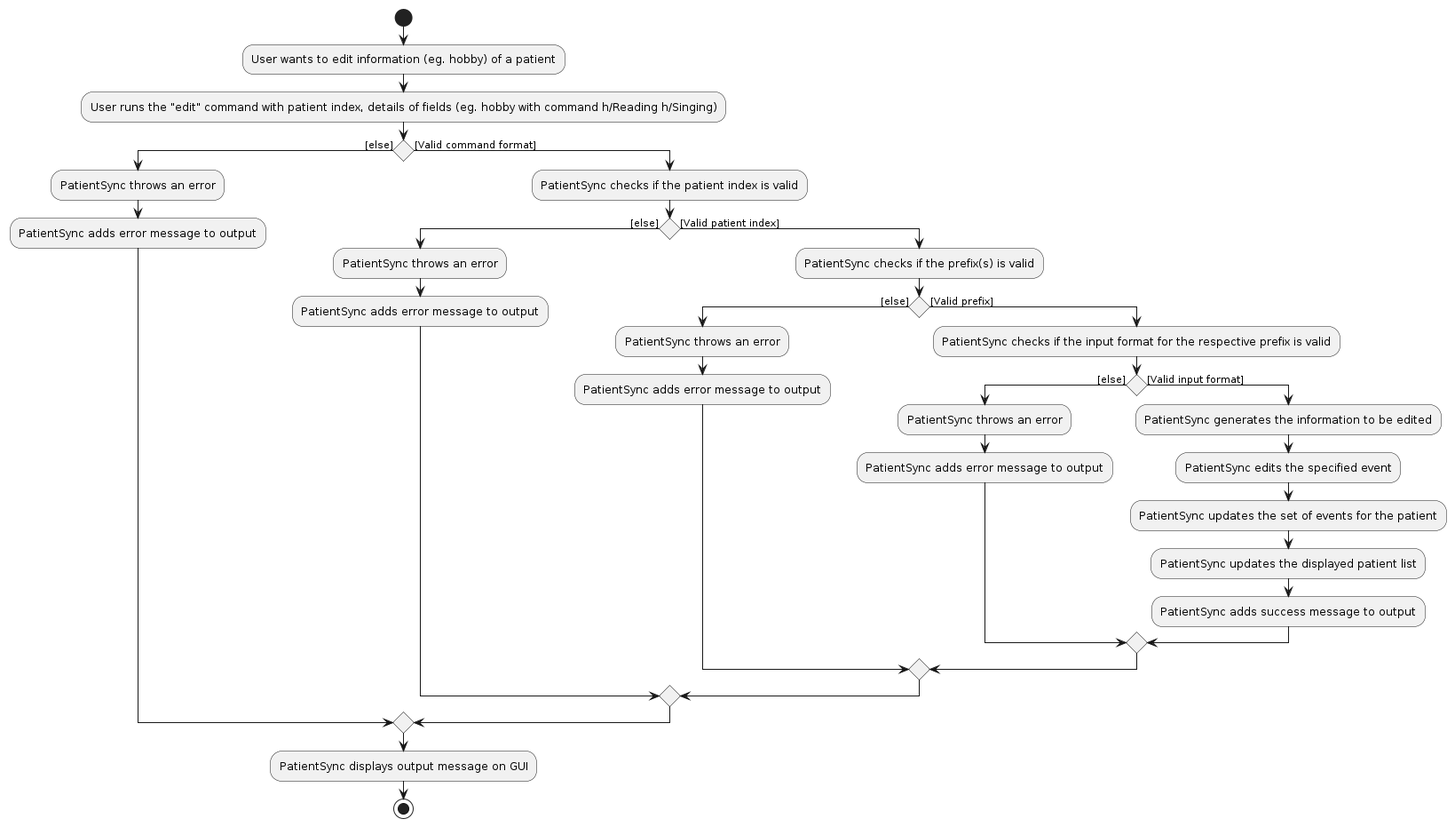
NeoHW/tp keeps this PlantUML diagram as diagrams/EditActivityDiagram.png. Above is the earlier version. Its source is kept beside it as diagrams/EditActivityDiagram.puml. The source it was exported from:
```plantuml
@startuml
start
:User wants to edit information (eg. hobby) of a patient;
:User runs the "edit" command with patient index, details of fields (eg. hobby with command h/Reading h/Singing);
if () then ([else])
    :PatientSync throws an error;
    :PatientSync adds error message to output;
else ([Valid command format])
    :PatientSync checks if the patient index is valid;
    if () then ([else])
        :PatientSync throws an error;
        :PatientSync adds error message to output;
    else ([Valid patient index])
        :PatientSync checks if the prefix(s) is valid;
        if () then ([else])
            :PatientSync throws an error;
            :PatientSync adds error message to output;
        else ([Valid prefix])
            :PatientSync checks if the input format for the respective prefix is valid;
            if () then ([else])
                :PatientSync throws an error;
                :PatientSync adds error message to output;
            else ([Valid input format])
                :PatientSync generates the information to be edited;
                :PatientSync edits the specified event;
                :PatientSync updates the set of events for the patient;
                :PatientSync updates the displayed patient list;
                :PatientSync adds success message to output;
            endif
        endif
    endif
endif
:PatientSync displays output message on GUI;
stop
@enduml
```
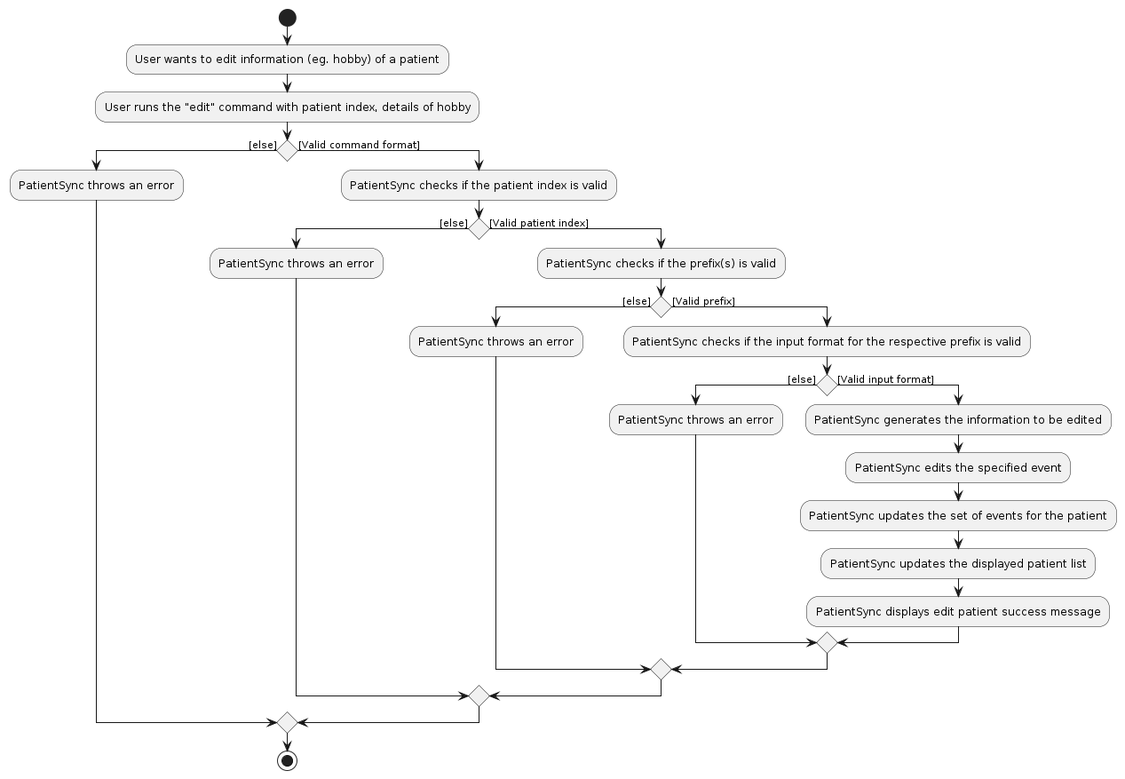
The same diagram one commit later.

Change to the diagram source:
```diff
@@ -1,35 +1,30 @@
 @startuml
 start
 :User wants to edit information (eg. hobby) of a patient;
-:User runs the "edit" command with patient index, details of fields (eg. hobby with command h/Reading h/Singing);
+:User runs the "edit" command with patient index, details of hobby;
 if () then ([else])
     :PatientSync throws an error;
-    :PatientSync adds error message to output;
 else ([Valid command format])
     :PatientSync checks if the patient index is valid;
     if () then ([else])
         :PatientSync throws an error;
-        :PatientSync adds error message to output;
     else ([Valid patient index])
         :PatientSync checks if the prefix(s) is valid;
         if () then ([else])
             :PatientSync throws an error;
-            :PatientSync adds error message to output;
         else ([Valid prefix])
             :PatientSync checks if the input format for the respective prefix is valid;
             if () then ([else])
                 :PatientSync throws an error;
-                :PatientSync adds error message to output;
             else ([Valid input format])
                 :PatientSync generates the information to be edited;
                 :PatientSync edits the specified event;
                 :PatientSync updates the set of events for the patient;
                 :PatientSync updates the displayed patient list;
-                :PatientSync adds success message to output;
+                :PatientSync displays edit patient success message;
             endif
         endif
     endif
 endif
-:PatientSync displays output message on GUI;
 stop
 @enduml
```
